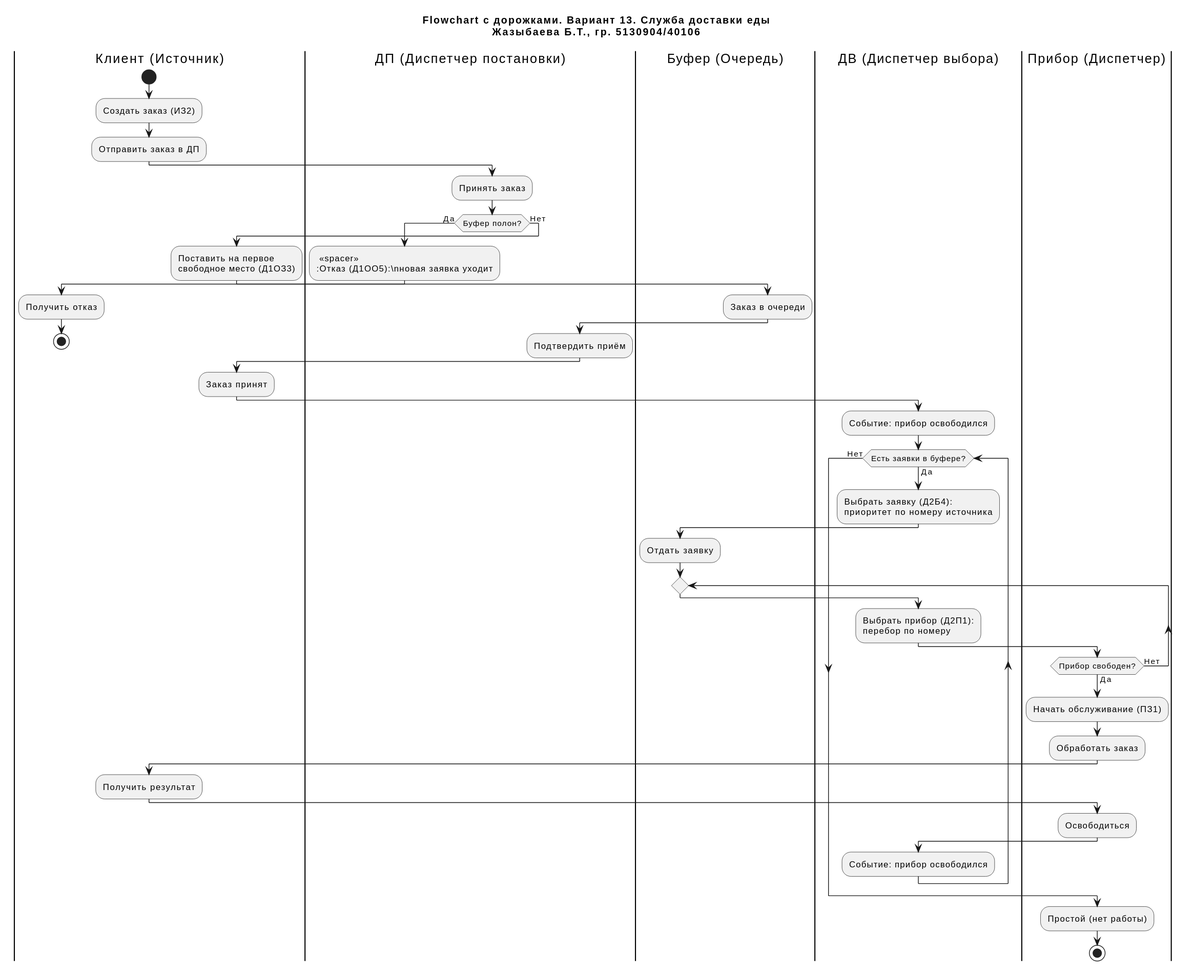
dsctannie/SMO_Variant13 keeps this PlantUML diagram as flowchart.svg. Above is the earlier version.
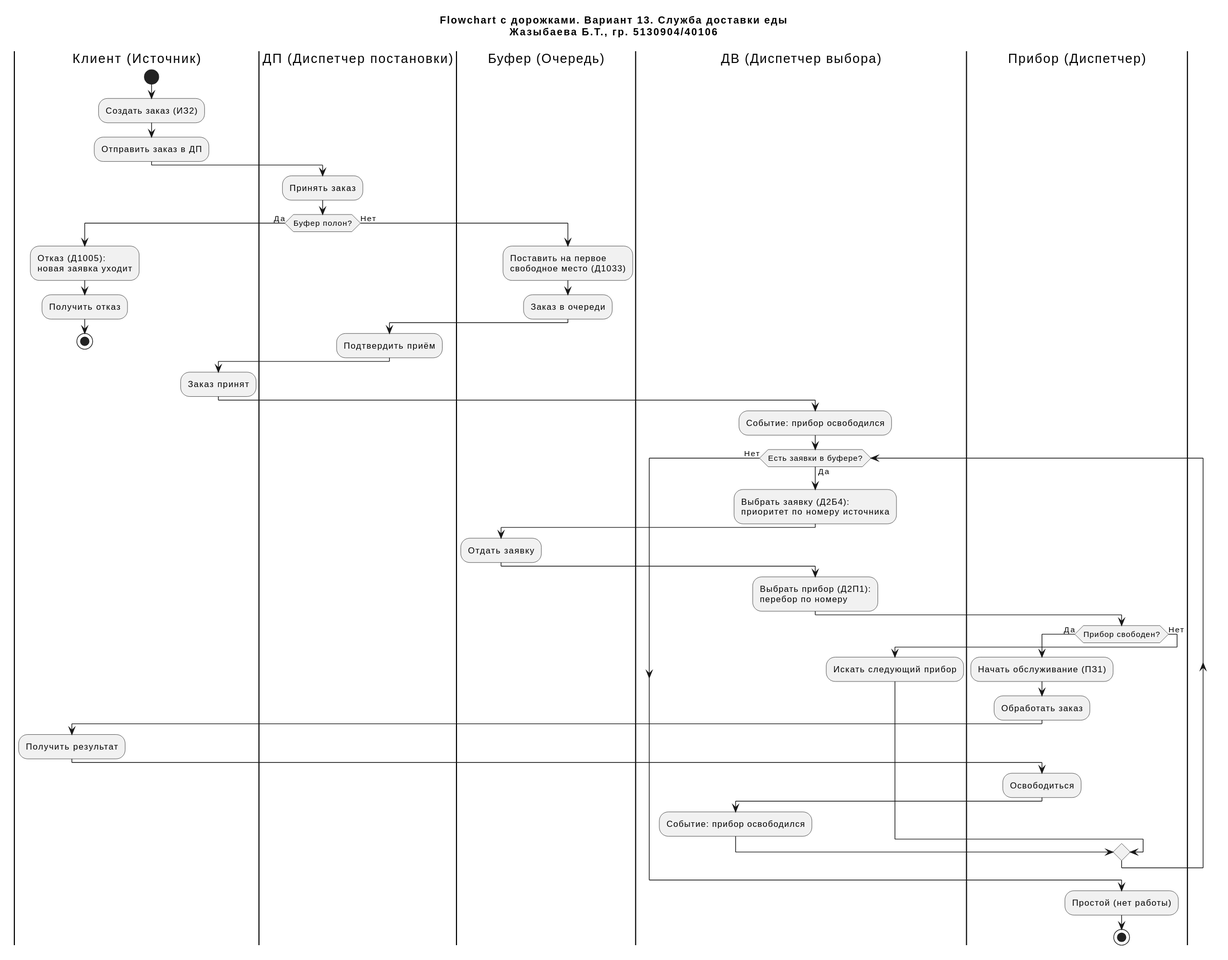
Later version of the same file.

What changed in the source:
```diff
@@ -1,10 +1,5 @@
 @startuml
 title Flowchart с дорожками. Вариант 13. Служба доставки еды\nЖазыбаева Б.Т., гр. 5130904/40106
-
-skinparam activity {
-  BackgroundColor<<spacer>> Transparent
-  BorderColor<<spacer>> Transparent
-}
 
 |Клиент (Источник)|
 start
@@ -14,16 +9,15 @@
 |ДП (Диспетчер постановки)|
 :Принять заказ;
 if (Буфер полон?) then (Да)
-  : <<spacer>>
-  :Отказ (Д1ОО5):\nновая заявка уходит;
 
   |Клиент (Источник)|
+  :Отказ (Д1005):\nновая заявка уходит;
   :Получить отказ;
   stop
 else (Нет)
-  :Поставить на первое\nсвободное место (Д1ОЗ3);
 
   |Буфер (Очередь)|
+  :Поставить на первое\nсвободное место (Д1033);
   :Заказ в очереди;
 
   |ДП (Диспетчер постановки)|
@@ -44,25 +38,27 @@
   |Буфер (Очередь)|
   :Отдать заявку;
 
-  repeat
+  |ДВ (Диспетчер выбора)|
+  :Выбрать прибор (Д2П1):\nперебор по номеру;
+
+  |Прибор (Диспетчер)|
+  if (Прибор свободен?) then (Да)
+    :Начать обслуживание (ПЗ1);
+    :Обработать заказ;
+
+    |Клиент (Источник)|
+    :Получить результат;
+
+    |Прибор (Диспетчер)|
+    :Освободиться;
 
     |ДВ (Диспетчер выбора)|
-    :Выбрать прибор (Д2П1):\nперебор по номеру;
+    :Событие: прибор освободился;
+  else (Нет)
 
-    |Прибор (Диспетчер)|
-  repeat while (Прибор свободен?) is (Нет) not (Да)
-
-  :Начать обслуживание (ПЗ1);
-  :Обработать заказ;
-
-  |Клиент (Источник)|
-  :Получить результат;
-
-  |Прибор (Диспетчер)|
-  :Освободиться;
-
-  |ДВ (Диспетчер выбора)|
-  :Событие: прибор освободился;
+    |ДВ (Диспетчер выбора)|
+    :Искать следующий прибор;
+  endif
 endwhile (Нет)
 
 |Прибор (Диспетчер)|
```
